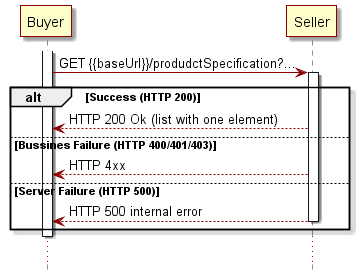
Earlier version of the PlantUML export documentation/productApi/catalog/media/retrieveProductSpecificationList-seqFlow.png (MEF-GIT/MEF-LSO-Sonata-SDK).
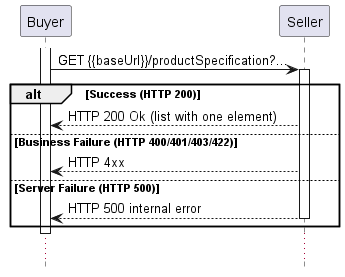
The same file after the commit.

Diff of the diagram source:
```diff
@@ -1,21 +1,7 @@
 @startuml
-skinparam {
-participantBorderColor DarkRed
-participantBorderThickness 1
-participantBackgroundColor BUSINESS
 
-LifeLineBorderColor DarkRed
-LifeLineBackgroundColor DarkRed
 
-databaseBorderColor Grey
-databaseBorderThickness 1
 
-shadowing true
-RoundCorner 0
-LineColor DarkRed
-ArrowColor DarkRed
-ArrowThickness 1
-}
 
 hide footbox
 
@@ -23,10 +9,10 @@
 participant Seller as s
 
 activate b
-b -> s++: GET {{baseUrl}}/produdctSpecification?...
+b -> s++: GET {{baseUrl}}/productSpecification?...
 alt Success (HTTP 200)
 b <-- s: HTTP 200 Ok (list with one element)
-else Bussines Failure (HTTP 400/401/403)
+else Business Failure (HTTP 400/401/403/422)
 b <-- s: HTTP 4xx
 else Server Failure (HTTP 500)
 b <-- s--: HTTP 500 internal error
```
